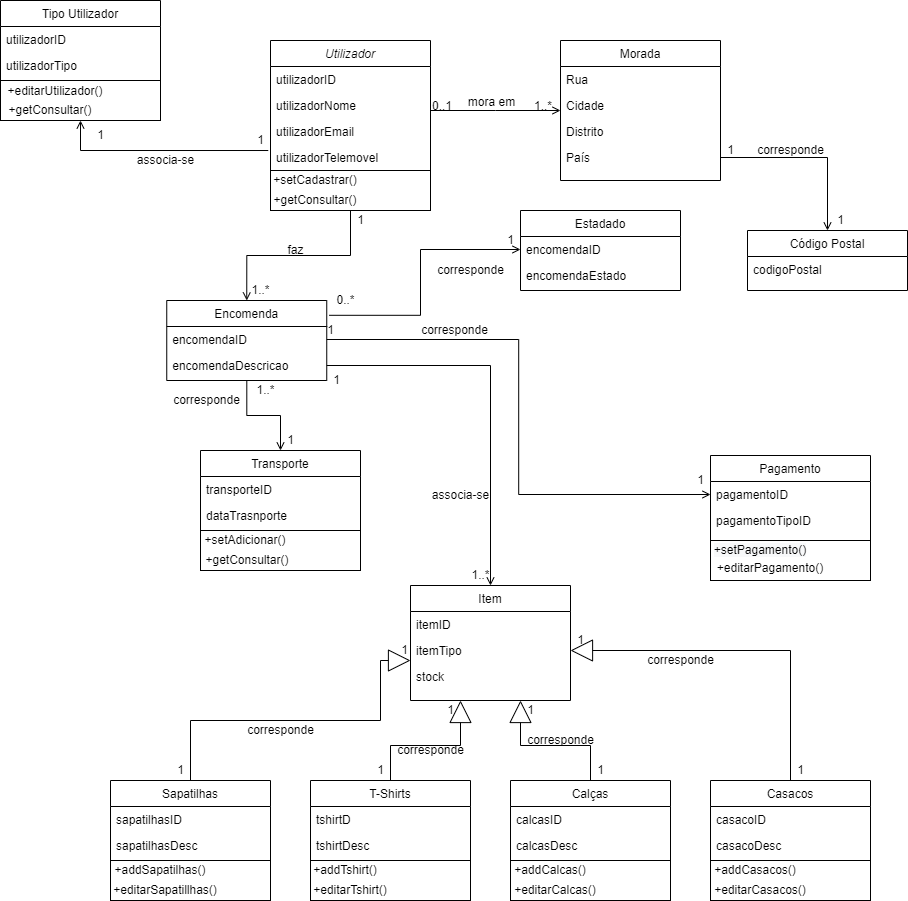
Before: diagramas/Diagrama de Classes.png, a diagram exported from draw.io (JoshuaJones27/FetchCode). Source tidied: cells renumbered, new cells last; positions are measured from the earlier drawing's top-left corner, leaving out a move shared by most shapes.
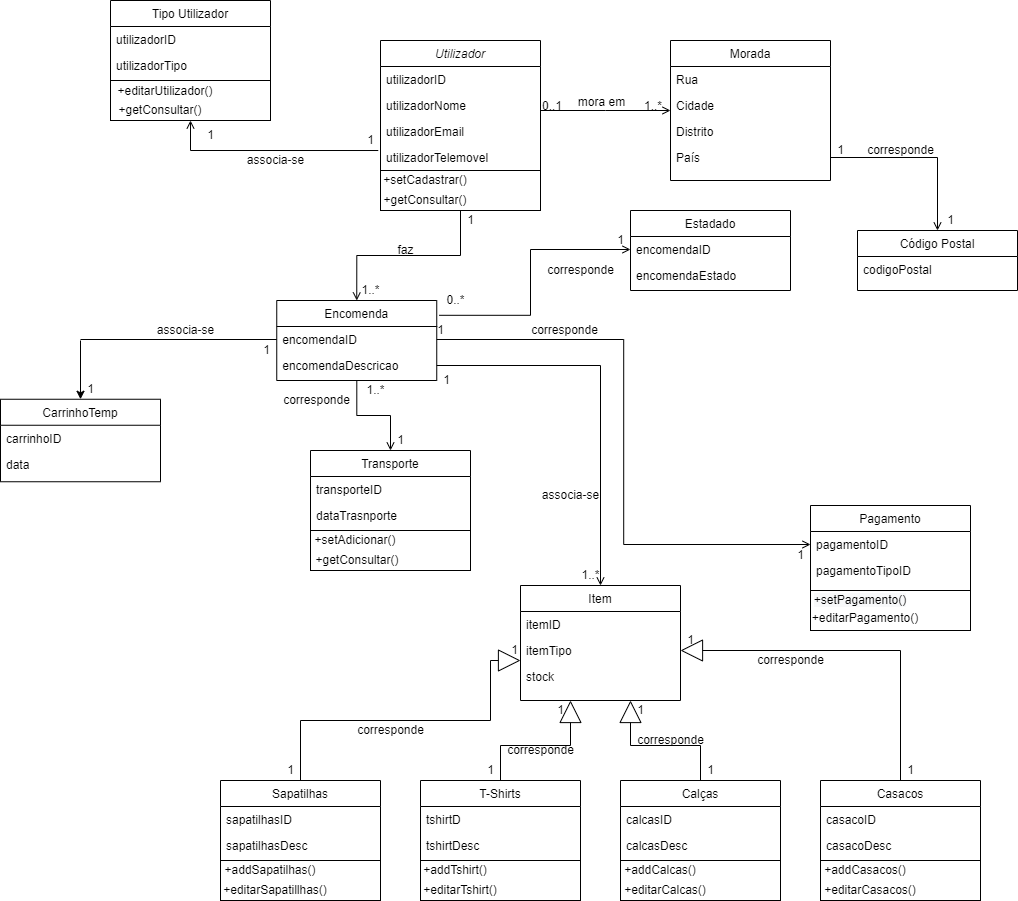
The same file after the commit.

Diff of the diagram source:
```diff
@@ -68,7 +68,7 @@
       </mxGeometry>
     </mxCell>
     <mxCell id="21" value="Pagamento" style="swimlane;fontStyle=0;align=center;verticalAlign=top;horizontal=1;startSize=26;rounded=0;shadow=0;strokeWidth=1;" parent="1" vertex="1">
-      <mxGeometry x="710" y="455" width="160" height="85" as="geometry" />
+      <mxGeometry x="700" y="505" width="160" height="85" as="geometry" />
     </mxCell>
     <mxCell id="22" value="pagamentoID" style="text;align=left;verticalAlign=top;spacingLeft=4;spacingRight=4;overflow=hidden;points=[[0,0.5],[1,0.5]];portConstraint=eastwest;rounded=0;" parent="21" vertex="1">
       <mxGeometry y="26" width="160" height="26" as="geometry" />
@@ -80,7 +80,7 @@
       <mxGeometry relative="1" as="geometry" />
     </mxCell>
     <mxCell id="25" value="1&lt;br&gt;" style="text;html=1;align=center;verticalAlign=middle;strokeColor=none;fillColor=none;rounded=0;" parent="1" vertex="1">
-      <mxGeometry x="690" y="470" width="20" height="20" as="geometry" />
+      <mxGeometry x="680" y="545" width="20" height="20" as="geometry" />
     </mxCell>
     <mxCell id="26" value="1" style="text;html=1;align=center;verticalAlign=middle;strokeColor=none;fillColor=none;rounded=0;" parent="1" vertex="1">
       <mxGeometry x="320" y="320" width="20" height="20" as="geometry" />
@@ -310,13 +310,13 @@
       <mxGeometry x="212.5" y="550" width="67.5" height="20" as="geometry" />
     </mxCell>
     <mxCell id="97" style="rounded=0;whiteSpace=wrap;html=1;" parent="1" vertex="1">
-      <mxGeometry x="710" y="540" width="160" height="40" as="geometry" />
+      <mxGeometry x="700" y="590" width="160" height="40" as="geometry" />
     </mxCell>
     <mxCell id="98" value="&#10;&#10;&lt;span style=&quot;color: rgb(0, 0, 0); font-family: helvetica; font-size: 12px; font-style: normal; font-weight: 400; letter-spacing: normal; text-align: center; text-indent: 0px; text-transform: none; word-spacing: 0px; background-color: rgb(248, 249, 250); display: inline; float: none;&quot;&gt;+setPagamento()&lt;/span&gt;&#10;&#10;" style="text;html=1;strokeColor=none;fillColor=none;align=center;verticalAlign=middle;whiteSpace=wrap;rounded=0;" parent="1" vertex="1">
-      <mxGeometry x="730" y="535" width="60" height="30" as="geometry" />
+      <mxGeometry x="720" y="585" width="60" height="30" as="geometry" />
     </mxCell>
     <mxCell id="99" value="&amp;nbsp; +editarPagamento()" style="text;html=1;strokeColor=none;fillColor=none;align=center;verticalAlign=middle;whiteSpace=wrap;rounded=0;" parent="1" vertex="1">
-      <mxGeometry x="740" y="545" width="60" height="30" as="geometry" />
+      <mxGeometry x="730" y="595" width="50" height="30" as="geometry" />
     </mxCell>
     <mxCell id="100" style="edgeStyle=orthogonalEdgeStyle;rounded=0;jettySize=auto;html=1;entryX=0;entryY=0.5;entryDx=0;entryDy=0;endArrow=open;endFill=0;exitX=-0.042;exitY=1.24;exitDx=0;exitDy=0;exitPerimeter=0;" parent="1" edge="1" source="104" target="102">
       <mxGeometry relative="1" as="geometry">
@@ -396,5 +396,33 @@
     <mxCell id="121" value="1" style="text;html=1;align=center;verticalAlign=middle;strokeColor=none;fillColor=none;" parent="1" vertex="1">
       <mxGeometry x="520" y="700" width="20" height="20" as="geometry" />
     </mxCell>
+    <mxCell id="122" value="CarrinhoTemp" style="swimlane;fontStyle=0;align=center;verticalAlign=top;horizontal=1;startSize=26;rounded=0;shadow=0;strokeWidth=1;" parent="1" vertex="1">
+      <mxGeometry x="-110" y="398.8" width="160" height="82.5" as="geometry" />
+    </mxCell>
+    <mxCell id="123" value="carrinhoID" style="text;align=left;verticalAlign=top;spacingLeft=4;spacingRight=4;overflow=hidden;rounded=0;" parent="122" vertex="1">
+      <mxGeometry y="26" width="160" height="26" as="geometry" />
+    </mxCell>
+    <mxCell id="124" value="data" style="text;align=left;verticalAlign=top;spacingLeft=4;spacingRight=4;overflow=hidden;rounded=0;shadow=0;html=0;" parent="122" vertex="1">
+      <mxGeometry y="52" width="160" height="26" as="geometry" />
+    </mxCell>
+    <mxCell id="125" style="endArrow=none;html=1;rounded=0;entryX=0;entryY=0.5;entryDx=0;entryDy=0;" parent="1" edge="1" target="10">
+      <mxGeometry relative="1" as="geometry">
+        <mxPoint x="-30" y="339" as="sourcePoint" />
+      </mxGeometry>
+    </mxCell>
+    <mxCell id="126" style="endArrow=classic;html=1;rounded=0;entryX=0.5;entryY=0;entryDx=0;entryDy=0;" parent="1" edge="1" target="122">
+      <mxGeometry relative="1" as="geometry">
+        <mxPoint x="-30" y="340" as="sourcePoint" />
+      </mxGeometry>
+    </mxCell>
+    <mxCell id="127" value="1" style="text;html=1;align=center;verticalAlign=middle;strokeColor=none;fillColor=none;" parent="1" vertex="1">
+      <mxGeometry x="146.2" y="340" width="20" height="20" as="geometry" />
+    </mxCell>
+    <mxCell id="128" value="1" style="text;html=1;align=center;verticalAlign=middle;strokeColor=none;fillColor=none;" parent="1" vertex="1">
+      <mxGeometry x="-30" y="378.8" width="20" height="20" as="geometry" />
+    </mxCell>
+    <mxCell id="129" value="associa-se" style="text;html=1;align=center;verticalAlign=middle;strokeColor=none;fillColor=none;" parent="1" vertex="1">
+      <mxGeometry x="40" y="320" width="70" height="20" as="geometry" />
+    </mxCell>
   </root>
 </mxGraphModel>
```
